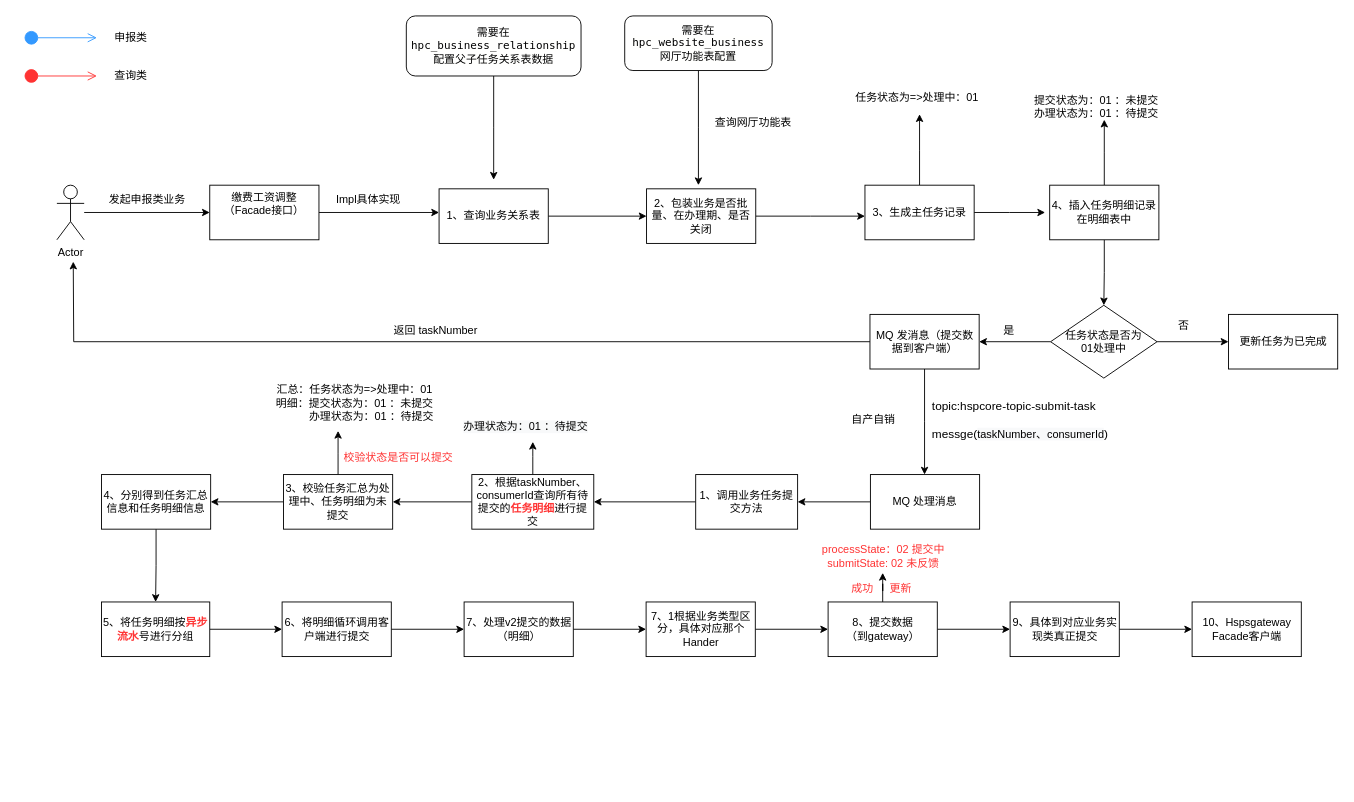
Earlier version of the draw.io diagram 人社底层详细解析流程图.drawio (YYB1024/myRemoteRepo). Source tidied: cells renumbered, new cells numbered last; positions are measured from the earlier drawing's top-left corner, leaving out a move shared by most shapes. Both pictures are drawn from the tidied source at 91%, with x=0, y=0 at pixel (24, 15).
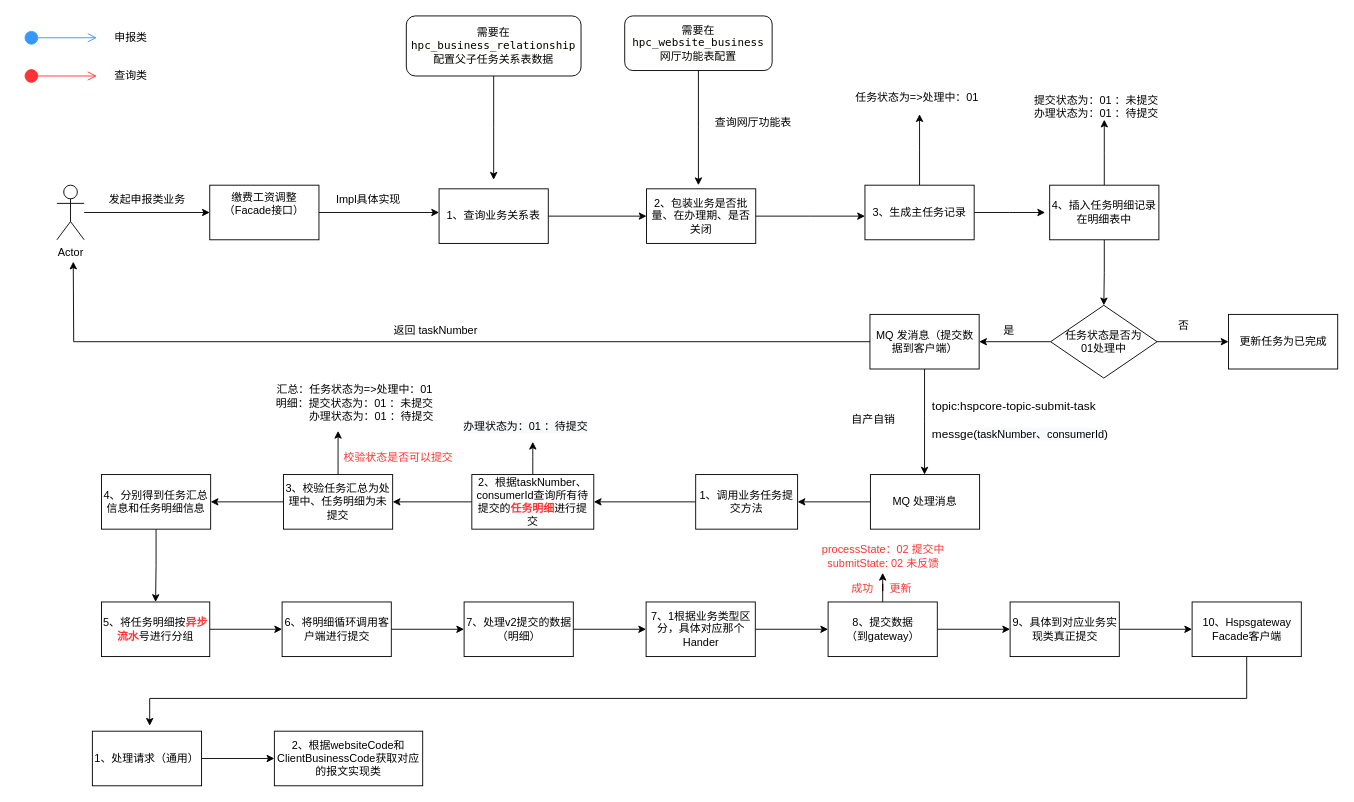
Above is the later version.

Commit message:
更新人社底层详细解析流程图.drawio

Unchanged cells that the change refers to:
```xml
<mxCell id="72" value="10、Hspsgateway Facade客户端" style="whiteSpace=wrap;html=1;rounded=0;" parent="1" vertex="1">
  <mxGeometry x="1283.5" y="644" width="120" height="60" as="geometry" />
</mxCell>
```

What changed in the source:
```diff
@@
+    <mxCell id="73" style="edgeStyle=orthogonalEdgeStyle;rounded=0;jettySize=auto;html=1;entryX=0.5;entryY=0;entryDx=0;entryDy=0;fontColor=#FF3333;" parent="1" edge="1" source="72">
+      <mxGeometry relative="1" as="geometry">
+        <mxPoint x="138" y="780" as="targetPoint" />
+        <Array as="points">
+          <mxPoint x="1344" y="750" />
+          <mxPoint x="138" y="750" />
+        </Array>
+      </mxGeometry>
+    </mxCell>
@@
+    <mxCell id="74" style="edgeStyle=orthogonalEdgeStyle;rounded=0;jettySize=auto;html=1;fontColor=#000000;" parent="1" edge="1" source="75" target="76">
+      <mxGeometry relative="1" as="geometry" />
+    </mxCell>
+    <mxCell id="75" value="&lt;font color=&quot;#000000&quot;&gt;1、处理请求（通用）&lt;/font&gt;" style="whiteSpace=wrap;html=1;fontColor=#FFFFFF;" parent="1" vertex="1">
+      <mxGeometry x="75" y="786" width="120" height="60" as="geometry" />
+    </mxCell>
+    <mxCell id="76" value="&lt;font color=&quot;#000000&quot;&gt;2、根据websiteCode和ClientBusinessCode获取对应的报文实现类&lt;br&gt;&lt;/font&gt;" style="whiteSpace=wrap;html=1;fontColor=#FFFFFF;" parent="1" vertex="1">
+      <mxGeometry x="275" y="786" width="163" height="60" as="geometry" />
+    </mxCell>
```
